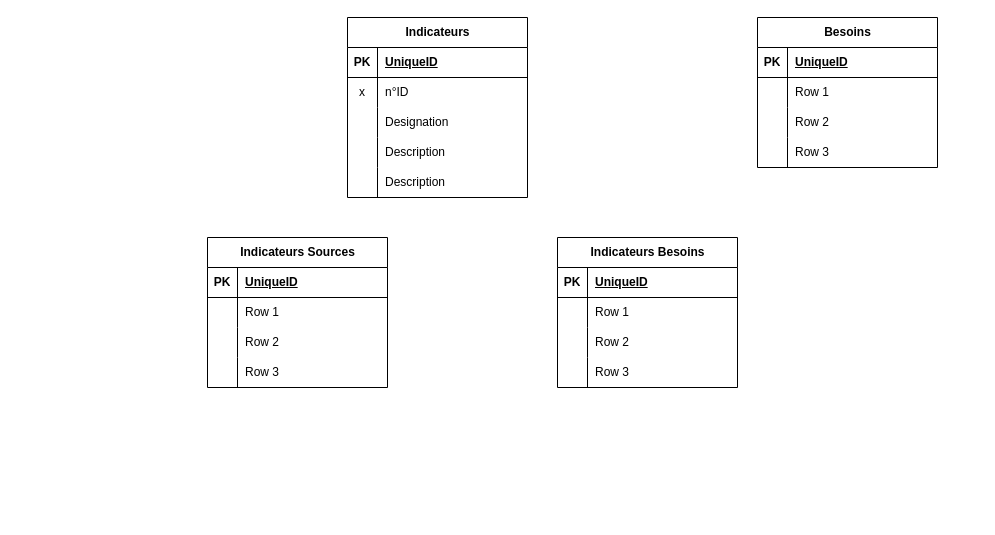
Konsilion/konsilion-drive keeps this draw.io diagram as MCD Diag360.drawio. Above is the earlier version. Source tidied: cells renumbered, new cells numbered last; positions are measured from the earlier drawing's top-left corner, leaving out a move shared by most shapes. Both pictures are drawn from the tidied source at 100%, with x=0, y=0 at pixel (207, 17).
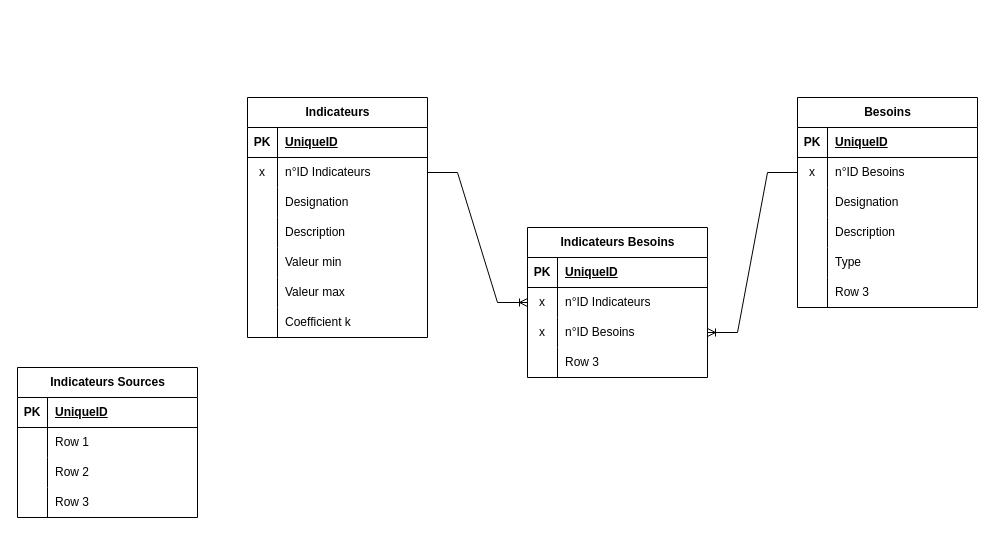
After the change.

Commit message (it also covers changes not shown here):
Mettre à jour MCD Diag360.drawio

Unchanged cells that the change refers to:
```xml
<mxCell id="6" style="shape=tableRow;horizontal=0;startSize=0;swimlaneHead=0;swimlaneBody=0;fillColor=none;points=[[0,0.5],[1,0.5]];portConstraint=eastwest;top=0;left=0;right=0;bottom=0;" parent="2" vertex="1">
  <mxGeometry y="60" width="180" height="30" as="geometry" />
</mxCell>
<mxCell id="15" style="shape=tableRow;horizontal=0;startSize=0;swimlaneHead=0;swimlaneBody=0;fillColor=none;top=0;left=0;right=0;bottom=0;" parent="2" vertex="1">
  <mxGeometry y="150" width="180" height="30" as="geometry" />
</mxCell>
<mxCell id="22" style="shape=tableRow;horizontal=0;startSize=0;swimlaneHead=0;swimlaneBody=0;fillColor=none;points=[[0,0.5],[1,0.5]];portConstraint=eastwest;top=0;left=0;right=0;bottom=0;" parent="18" vertex="1">
  <mxGeometry y="60" width="180" height="30" as="geometry" />
</mxCell>
<mxCell id="25" style="shape=tableRow;horizontal=0;startSize=0;swimlaneHead=0;swimlaneBody=0;fillColor=none;top=0;left=0;right=0;bottom=0;" parent="18" vertex="1">
  <mxGeometry y="90" width="180" height="30" as="geometry" />
</mxCell>
<mxCell id="28" style="shape=tableRow;horizontal=0;startSize=0;swimlaneHead=0;swimlaneBody=0;fillColor=none;top=0;left=0;right=0;bottom=0;" parent="18" vertex="1">
  <mxGeometry y="120" width="180" height="30" as="geometry" />
</mxCell>
<mxCell id="35" style="shape=tableRow;horizontal=0;startSize=0;swimlaneHead=0;swimlaneBody=0;fillColor=none;points=[[0,0.5],[1,0.5]];portConstraint=eastwest;top=0;left=0;right=0;bottom=0;" parent="31" vertex="1">
  <mxGeometry y="60" width="180" height="30" as="geometry" />
</mxCell>
<mxCell id="38" style="shape=tableRow;horizontal=0;startSize=0;swimlaneHead=0;swimlaneBody=0;fillColor=none;points=[[0,0.5],[1,0.5]];portConstraint=eastwest;top=0;left=0;right=0;bottom=0;" parent="31" vertex="1">
  <mxGeometry y="90" width="180" height="30" as="geometry" />
</mxCell>
```

Change to the diagram source:
```diff
@@
     <mxCell id="2" value="Indicateurs" style="shape=table;startSize=30;childLayout=tableLayout;rowLines=0;fontStyle=1;align=center;html=1;" parent="1" vertex="1">
-      <mxGeometry x="140" width="180" height="180" as="geometry" />
+      <mxGeometry x="40" y="80" width="180" height="240" as="geometry" />
     </mxCell>
@@
-    <mxCell id="8" value="n°ID" style="shape=partialRectangle;fillColor=none;top=0;left=0;bottom=0;right=0;align=left;spacingLeft=6;overflow=hidden;whiteSpace=wrap;html=1;" parent="6" vertex="1">
+    <mxCell id="8" value="n°ID Indicateurs" style="shape=partialRectangle;fillColor=none;top=0;left=0;bottom=0;right=0;align=left;spacingLeft=6;overflow=hidden;whiteSpace=wrap;html=1;" parent="6" vertex="1">
       <mxGeometry x="30" width="150" height="30" as="geometry" />
     </mxCell>
@@
-    <mxCell id="17" value="Description" style="shape=partialRectangle;fillColor=none;top=0;left=0;bottom=0;right=0;align=left;spacingLeft=6;overflow=hidden;whiteSpace=wrap;html=1;" parent="15" vertex="1">
+    <mxCell id="17" value="Valeur min" style="shape=partialRectangle;fillColor=none;top=0;left=0;bottom=0;right=0;align=left;spacingLeft=6;overflow=hidden;whiteSpace=wrap;html=1;" parent="15" vertex="1">
       <mxGeometry x="30" width="150" height="30" as="geometry" />
     </mxCell>
+    <mxCell id="57" style="shape=tableRow;horizontal=0;startSize=0;swimlaneHead=0;swimlaneBody=0;fillColor=none;top=0;left=0;right=0;bottom=0;" parent="2" vertex="1">
+      <mxGeometry y="180" width="180" height="30" as="geometry" />
+    </mxCell>
+    <mxCell id="58" style="shape=partialRectangle;fillColor=none;top=0;left=0;bottom=0;right=0;overflow=hidden;whiteSpace=wrap;html=1;" parent="57" vertex="1">
+      <mxGeometry width="30" height="30" as="geometry" />
+    </mxCell>
+    <mxCell id="59" value="Valeur max" style="shape=partialRectangle;fillColor=none;top=0;left=0;bottom=0;right=0;align=left;spacingLeft=6;overflow=hidden;whiteSpace=wrap;html=1;" parent="57" vertex="1">
+      <mxGeometry x="30" width="150" height="30" as="geometry" />
+    </mxCell>
+    <mxCell id="60" style="shape=tableRow;horizontal=0;startSize=0;swimlaneHead=0;swimlaneBody=0;fillColor=none;top=0;left=0;right=0;bottom=0;" parent="2" vertex="1">
+      <mxGeometry y="210" width="180" height="30" as="geometry" />
+    </mxCell>
+    <mxCell id="61" style="shape=partialRectangle;fillColor=none;top=0;left=0;bottom=0;right=0;overflow=hidden;whiteSpace=wrap;html=1;" parent="60" vertex="1">
+      <mxGeometry width="30" height="30" as="geometry" />
+    </mxCell>
+    <mxCell id="62" value="Coefficient k" style="shape=partialRectangle;fillColor=none;top=0;left=0;bottom=0;right=0;align=left;spacingLeft=6;overflow=hidden;whiteSpace=wrap;html=1;" parent="60" vertex="1">
+      <mxGeometry x="30" width="150" height="30" as="geometry" />
+    </mxCell>
     <mxCell id="18" value="Besoins" style="shape=table;startSize=30;childLayout=tableLayout;rowLines=0;fontStyle=1;align=center;html=1;" parent="1" vertex="1">
-      <mxGeometry x="550" width="180" height="150" as="geometry" />
+      <mxGeometry x="590" y="80" width="180" height="210" as="geometry" />
     </mxCell>
@@
-    <mxCell id="23" style="shape=partialRectangle;fillColor=none;top=0;left=0;bottom=0;right=0;overflow=hidden;whiteSpace=wrap;html=1;" parent="22" vertex="1">
+    <mxCell id="23" value="x" style="shape=partialRectangle;fillColor=none;top=0;left=0;bottom=0;right=0;overflow=hidden;whiteSpace=wrap;html=1;" parent="22" vertex="1">
       <mxGeometry width="30" height="30" as="geometry" />
     </mxCell>
-    <mxCell id="24" value="Row 1" style="shape=partialRectangle;fillColor=none;top=0;left=0;bottom=0;right=0;align=left;spacingLeft=6;overflow=hidden;whiteSpace=wrap;html=1;" parent="22" vertex="1">
+    <mxCell id="24" value="n°ID Besoins" style="shape=partialRectangle;fillColor=none;top=0;left=0;bottom=0;right=0;align=left;spacingLeft=6;overflow=hidden;whiteSpace=wrap;html=1;" parent="22" vertex="1">
       <mxGeometry x="30" width="150" height="30" as="geometry" />
     </mxCell>
@@
-    <mxCell id="27" value="Row 2" style="shape=partialRectangle;fillColor=none;top=0;left=0;bottom=0;right=0;align=left;spacingLeft=6;overflow=hidden;whiteSpace=wrap;html=1;" parent="25" vertex="1">
+    <mxCell id="27" value="Designation" style="shape=partialRectangle;fillColor=none;top=0;left=0;bottom=0;right=0;align=left;spacingLeft=6;overflow=hidden;whiteSpace=wrap;html=1;" parent="25" vertex="1">
       <mxGeometry x="30" width="150" height="30" as="geometry" />
     </mxCell>
@@
-    <mxCell id="30" value="Row 3" style="shape=partialRectangle;fillColor=none;top=0;left=0;bottom=0;right=0;align=left;spacingLeft=6;overflow=hidden;whiteSpace=wrap;html=1;" parent="28" vertex="1">
+    <mxCell id="30" value="Description" style="shape=partialRectangle;fillColor=none;top=0;left=0;bottom=0;right=0;align=left;spacingLeft=6;overflow=hidden;whiteSpace=wrap;html=1;" parent="28" vertex="1">
       <mxGeometry x="30" width="150" height="30" as="geometry" />
     </mxCell>
+    <mxCell id="63" style="shape=tableRow;horizontal=0;startSize=0;swimlaneHead=0;swimlaneBody=0;fillColor=none;top=0;left=0;right=0;bottom=0;" parent="18" vertex="1">
+      <mxGeometry y="150" width="180" height="30" as="geometry" />
+    </mxCell>
+    <mxCell id="64" style="shape=partialRectangle;fillColor=none;top=0;left=0;bottom=0;right=0;overflow=hidden;whiteSpace=wrap;html=1;" parent="63" vertex="1">
+      <mxGeometry width="30" height="30" as="geometry" />
+    </mxCell>
+    <mxCell id="65" value="Type" style="shape=partialRectangle;fillColor=none;top=0;left=0;bottom=0;right=0;align=left;spacingLeft=6;overflow=hidden;whiteSpace=wrap;html=1;" parent="63" vertex="1">
+      <mxGeometry x="30" width="150" height="30" as="geometry" />
+    </mxCell>
+    <mxCell id="66" style="shape=tableRow;horizontal=0;startSize=0;swimlaneHead=0;swimlaneBody=0;fillColor=none;top=0;left=0;right=0;bottom=0;" parent="18" vertex="1">
+      <mxGeometry y="180" width="180" height="30" as="geometry" />
+    </mxCell>
+    <mxCell id="67" style="shape=partialRectangle;fillColor=none;top=0;left=0;bottom=0;right=0;overflow=hidden;whiteSpace=wrap;html=1;" parent="66" vertex="1">
+      <mxGeometry width="30" height="30" as="geometry" />
+    </mxCell>
+    <mxCell id="68" value="Row 3" style="shape=partialRectangle;fillColor=none;top=0;left=0;bottom=0;right=0;align=left;spacingLeft=6;overflow=hidden;whiteSpace=wrap;html=1;" parent="66" vertex="1">
+      <mxGeometry x="30" width="150" height="30" as="geometry" />
+    </mxCell>
     <mxCell id="31" value="Indicateurs Besoins" style="shape=table;startSize=30;childLayout=tableLayout;rowLines=0;fontStyle=1;align=center;html=1;" parent="1" vertex="1">
-      <mxGeometry x="350" y="220" width="180" height="150" as="geometry" />
+      <mxGeometry x="320" y="210" width="180" height="150" as="geometry" />
     </mxCell>
@@
-    <mxCell id="36" style="shape=partialRectangle;fillColor=none;top=0;left=0;bottom=0;right=0;overflow=hidden;whiteSpace=wrap;html=1;" parent="35" vertex="1">
+    <mxCell id="36" value="x" style="shape=partialRectangle;fillColor=none;top=0;left=0;bottom=0;right=0;overflow=hidden;whiteSpace=wrap;html=1;" parent="35" vertex="1">
       <mxGeometry width="30" height="30" as="geometry" />
     </mxCell>
-    <mxCell id="37" value="Row 1" style="shape=partialRectangle;fillColor=none;top=0;left=0;bottom=0;right=0;align=left;spacingLeft=6;overflow=hidden;whiteSpace=wrap;html=1;" parent="35" vertex="1">
+    <mxCell id="37" value="n°ID Indicateurs" style="shape=partialRectangle;fillColor=none;top=0;left=0;bottom=0;right=0;align=left;spacingLeft=6;overflow=hidden;whiteSpace=wrap;html=1;" parent="35" vertex="1">
       <mxGeometry x="30" width="150" height="30" as="geometry" />
     </mxCell>
@@
-    <mxCell id="39" style="shape=partialRectangle;fillColor=none;top=0;left=0;bottom=0;right=0;overflow=hidden;whiteSpace=wrap;html=1;" parent="38" vertex="1">
+    <mxCell id="39" value="x" style="shape=partialRectangle;fillColor=none;top=0;left=0;bottom=0;right=0;overflow=hidden;whiteSpace=wrap;html=1;" parent="38" vertex="1">
       <mxGeometry width="30" height="30" as="geometry" />
     </mxCell>
-    <mxCell id="40" value="Row 2" style="shape=partialRectangle;fillColor=none;top=0;left=0;bottom=0;right=0;align=left;spacingLeft=6;overflow=hidden;whiteSpace=wrap;html=1;" parent="38" vertex="1">
+    <mxCell id="40" value="n°ID Besoins" style="shape=partialRectangle;fillColor=none;top=0;left=0;bottom=0;right=0;align=left;spacingLeft=6;overflow=hidden;whiteSpace=wrap;html=1;" parent="38" vertex="1">
       <mxGeometry x="30" width="150" height="30" as="geometry" />
     </mxCell>
@@
     <mxCell id="44" value="Indicateurs Sources" style="shape=table;startSize=30;childLayout=tableLayout;rowLines=0;fontStyle=1;align=center;html=1;" parent="1" vertex="1">
-      <mxGeometry y="220" width="180" height="150" as="geometry" />
+      <mxGeometry x="-190" y="350" width="180" height="150" as="geometry" />
     </mxCell>
@@
+    <mxCell id="69" style="edgeStyle=entityRelationEdgeStyle;fontSize=12;html=1;endArrow=ERoneToMany;rounded=0;exitX=1;exitY=0.5;exitDx=0;exitDy=0;entryX=0;entryY=0.5;entryDx=0;entryDy=0;" parent="1" edge="1" source="6" target="35">
+      <mxGeometry relative="1" as="geometry" />
+    </mxCell>
+    <mxCell id="70" style="edgeStyle=entityRelationEdgeStyle;fontSize=12;html=1;endArrow=ERoneToMany;rounded=0;exitX=0;exitY=0.5;exitDx=0;exitDy=0;entryX=1;entryY=0.5;entryDx=0;entryDy=0;" parent="1" edge="1" source="22" target="38">
+      <mxGeometry relative="1" as="geometry" />
+    </mxCell>
```
